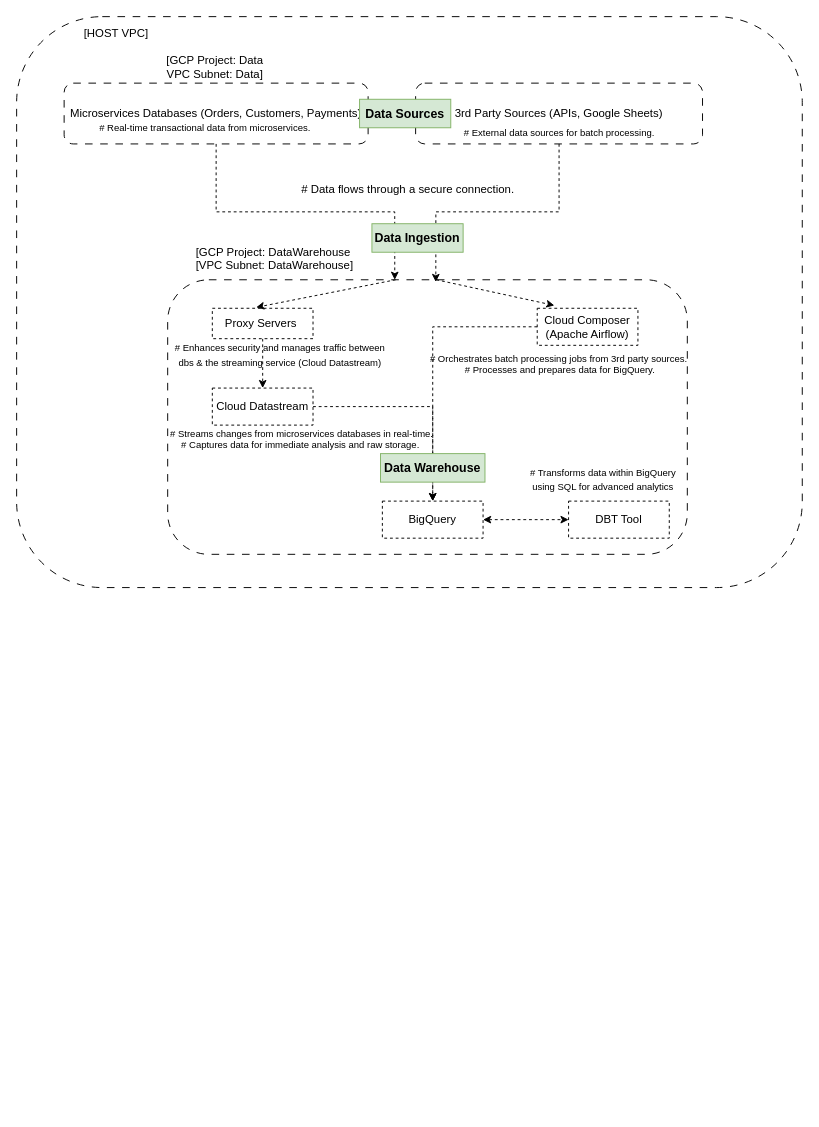
Earlier version of the draw.io diagram GCP_ELT_ETL_Data_Architecture.drawio (MartinMwiti/System-Design). Source tidied: cells renumbered, new cells numbered last; positions are measured from the earlier drawing's top-left corner, leaving out a move shared by most shapes. Both pictures are drawn from the tidied source at 95%, with x=0, y=0 at pixel (16, 16).
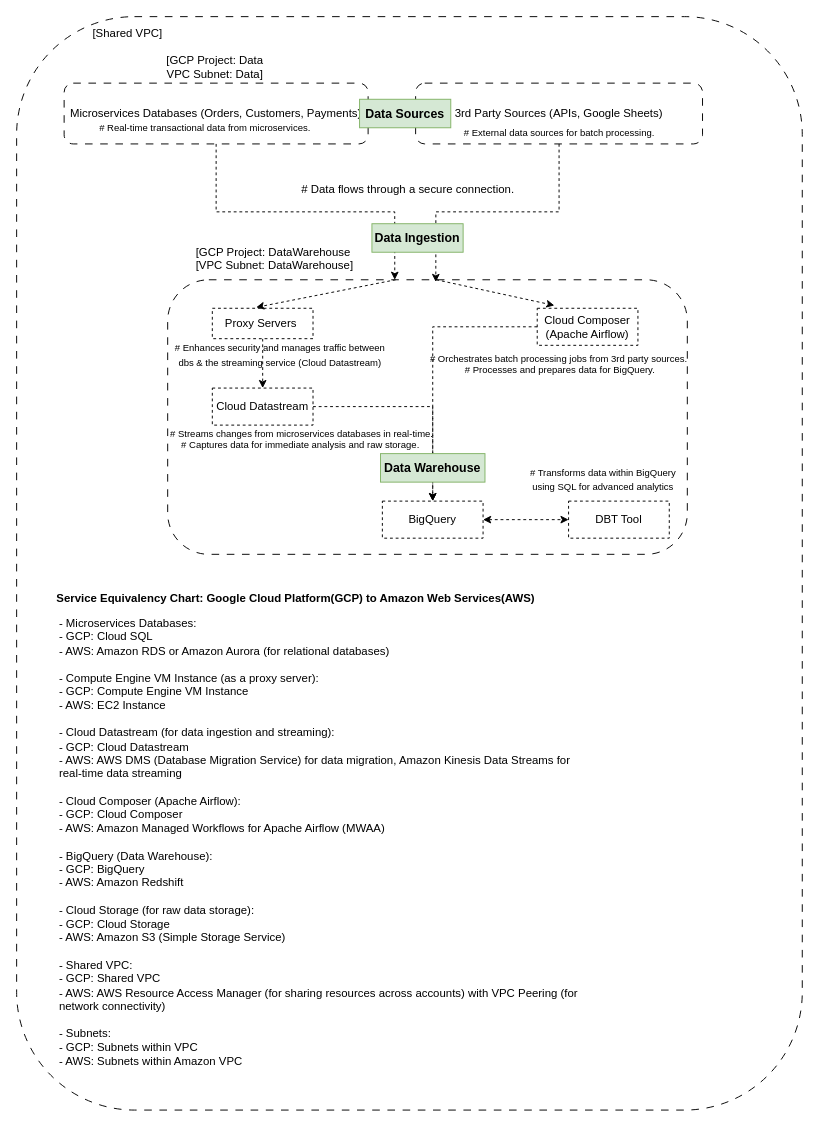
After the change.

Diff of the diagram source:
```diff
@@
     <mxCell id="2" style="rounded=1;whiteSpace=wrap;html=1;strokeColor=default;align=center;verticalAlign=middle;fontFamily=Helvetica;fontSize=12;fontColor=default;fillColor=default;dashed=1;dashPattern=8 8;" parent="1" vertex="1">
-      <mxGeometry width="827" height="601" as="geometry" />
+      <mxGeometry width="827" height="1151" as="geometry" />
     </mxCell>
@@
-    <mxCell id="30" value="[HOST VPC]" style="text;html=1;strokeColor=none;fillColor=none;align=center;verticalAlign=middle;whiteSpace=wrap;rounded=0;" parent="1" vertex="1">
-      <mxGeometry x="16" y="6" width="178" height="23" as="geometry" />
+    <mxCell id="30" value="[Shared VPC]" style="text;html=1;strokeColor=none;fillColor=none;align=center;verticalAlign=middle;whiteSpace=wrap;rounded=0;" parent="1" vertex="1">
+      <mxGeometry x="28" y="6" width="178" height="23" as="geometry" />
     </mxCell>
@@
+    <mxCell id="32" value="- Microservices Databases:&#10;  - GCP: Cloud SQL&#10;  - AWS: Amazon RDS or Amazon Aurora (for relational databases)&#10;&#10;- Compute Engine VM Instance (as a proxy server):&#10;  - GCP: Compute Engine VM Instance&#10;  - AWS: EC2 Instance&#10;&#10;- Cloud Datastream (for data ingestion and streaming):&#10;  - GCP: Cloud Datastream&#10;  - AWS: AWS DMS (Database Migration Service) for data migration, Amazon Kinesis Data Streams for real-time data streaming&#10;&#10;- Cloud Composer (Apache Airflow):&#10;  - GCP: Cloud Composer&#10;  - AWS: Amazon Managed Workflows for Apache Airflow (MWAA)&#10;&#10;- BigQuery (Data Warehouse):&#10;  - GCP: BigQuery&#10;  - AWS: Amazon Redshift&#10;&#10;- Cloud Storage (for raw data storage):&#10;  - GCP: Cloud Storage&#10;  - AWS: Amazon S3 (Simple Storage Service)&#10;&#10;- Shared VPC:&#10;  - GCP: Shared VPC&#10;  - AWS: AWS Resource Access Manager (for sharing resources across accounts) with VPC Peering (for network connectivity)&#10;&#10;- Subnets:&#10;  - GCP: Subnets within VPC&#10;  - AWS: Subnets within Amazon VPC" style="text;whiteSpace=wrap;html=1;" parent="1" vertex="1">
+      <mxGeometry x="43" y="625" width="550" height="497" as="geometry" />
+    </mxCell>
+    <mxCell id="33" value="&lt;b&gt;Service Equivalency Chart: Google Cloud Platform(GCP) to Amazon Web Services(AWS)&lt;/b&gt;" style="text;html=1;strokeColor=none;fillColor=none;align=center;verticalAlign=middle;whiteSpace=wrap;rounded=0;" parent="1" vertex="1">
+      <mxGeometry x="28" y="598" width="531.5" height="30" as="geometry" />
+    </mxCell>
```
